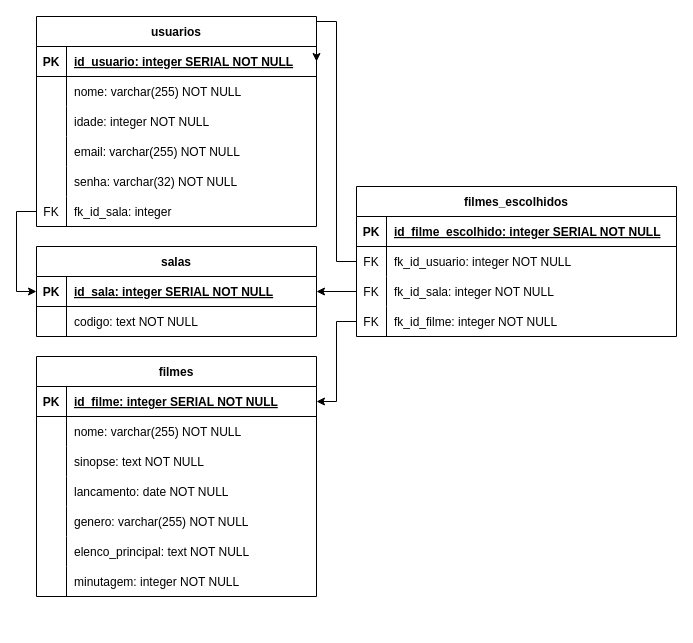
LoriaLawrenceZ/GROVIER-backend keeps this draw.io diagram as Untitled Diagram.drawio. Above is the earlier version. Source tidied: cells renumbered, new cells numbered last; positions are measured from the earlier drawing's top-left corner, leaving out a move shared by most shapes. Both pictures are drawn from the tidied source at 100%, with x=0, y=0 at pixel (36, 16).
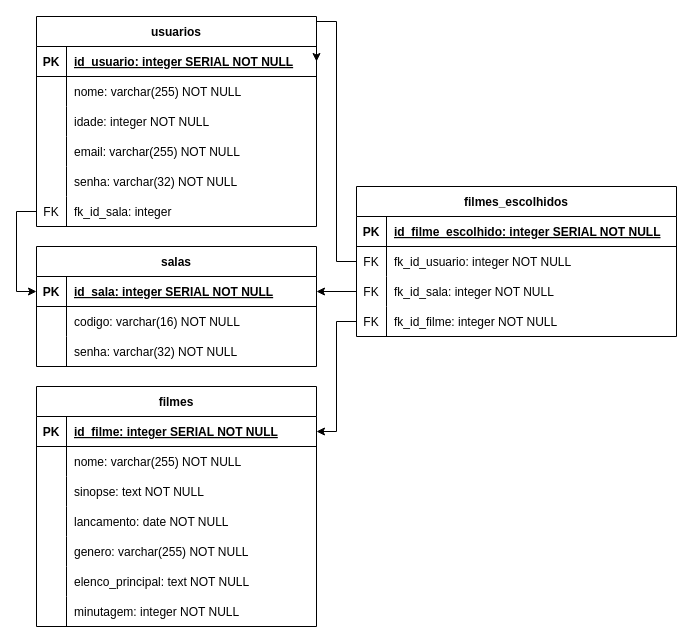
The same diagram, later.

Commit message:
[feat][db] Adicionando senha à tabela salas

Unchanged cells that the change refers to:
```xml
<mxCell id="6" style="shape=partialRectangle;fillColor=none;top=0;left=0;right=0;bottom=0;" parent="2" vertex="1">
  <mxGeometry y="60" width="280" height="30" as="geometry" />
</mxCell>
```

The edit, as a diff of the source:
```diff
@@
     <mxCell id="2" value="salas" style="shape=table;startSize=30;childLayout=tableLayout;rowLines=0;fontStyle=1;align=center;" parent="1" vertex="1">
-      <mxGeometry y="230" width="280" height="90" as="geometry" />
+      <mxGeometry y="230" width="280" height="120" as="geometry" />
     </mxCell>
@@
-    <mxCell id="8" value="codigo: text NOT NULL" style="shape=partialRectangle;overflow=hidden;fillColor=none;top=0;left=0;bottom=0;right=0;align=left;spacingLeft=6;" parent="6" vertex="1">
+    <mxCell id="8" value="codigo: varchar(16) NOT NULL" style="shape=partialRectangle;overflow=hidden;fillColor=none;top=0;left=0;bottom=0;right=0;align=left;spacingLeft=6;" parent="6" vertex="1">
       <mxGeometry x="30" width="250" height="30" as="geometry" />
     </mxCell>
+    <mxCell id="67" style="shape=partialRectangle;fillColor=none;top=0;left=0;right=0;bottom=0;" parent="2" vertex="1">
+      <mxGeometry y="90" width="280" height="30" as="geometry" />
+    </mxCell>
+    <mxCell id="68" style="shape=partialRectangle;overflow=hidden;fillColor=none;top=0;left=0;bottom=0;right=0;" parent="67" vertex="1">
+      <mxGeometry width="30" height="30" as="geometry" />
+    </mxCell>
+    <mxCell id="69" value="senha: varchar(32) NOT NULL" style="shape=partialRectangle;overflow=hidden;fillColor=none;top=0;left=0;bottom=0;right=0;align=left;spacingLeft=6;" parent="67" vertex="1">
+      <mxGeometry x="30" width="250" height="30" as="geometry" />
+    </mxCell>
     <mxCell id="9" value="filmes" style="shape=table;startSize=30;childLayout=tableLayout;rowLines=0;fontStyle=1;align=center;" parent="1" vertex="1">
-      <mxGeometry y="340" width="280" height="240" as="geometry" />
+      <mxGeometry y="370" width="280" height="240" as="geometry" />
     </mxCell>
```
